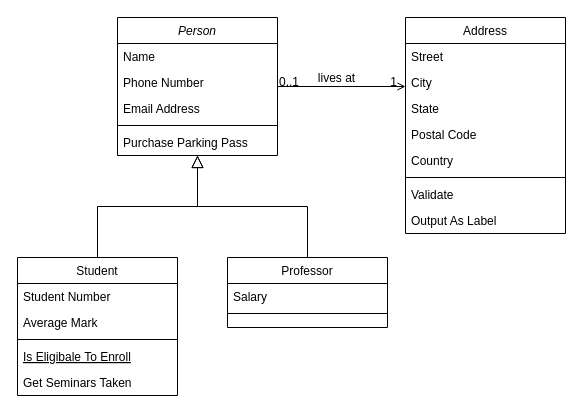
Above: Untitled Diagram.drawio in victorwang0526/diagrams (draw.io), before the change. Source tidied: cells renumbered, new cells numbered last; positions are measured from the earlier drawing's top-left corner, leaving out a move shared by most shapes. Both pictures are drawn from the tidied source at 100%, with x=0, y=0 at pixel (17, 17).
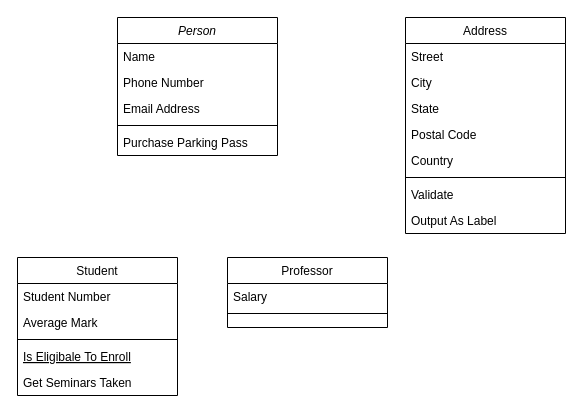
After the change.

The change refers to these unchanged cells:
```xml
<mxCell id="2" value="Person" style="swimlane;fontStyle=2;align=center;verticalAlign=top;horizontal=1;startSize=26;rounded=0;shadow=0;strokeWidth=1;" parent="1" vertex="1">
  <mxGeometry x="100" width="160" height="138" as="geometry" />
</mxCell>
<mxCell id="8" value="Student" style="swimlane;fontStyle=0;align=center;verticalAlign=top;horizontal=1;startSize=26;rounded=0;shadow=0;strokeWidth=1;" parent="1" vertex="1">
  <mxGeometry y="240" width="160" height="138" as="geometry" />
</mxCell>
<mxCell id="15" value="Professor" style="swimlane;fontStyle=0;align=center;verticalAlign=top;horizontal=1;startSize=26;rounded=0;shadow=0;strokeWidth=1;" parent="1" vertex="1">
  <mxGeometry x="210" y="240" width="160" height="70" as="geometry" />
</mxCell>
<mxCell id="19" value="Address" style="swimlane;fontStyle=0;align=center;verticalAlign=top;horizontal=1;startSize=26;rounded=0;shadow=0;strokeWidth=1;" parent="1" vertex="1">
  <mxGeometry x="388" width="160" height="216" as="geometry" />
</mxCell>
```

What changed in the source:
```diff
@@
-    <mxCell id="14" style="endArrow=block;endSize=10;endFill=0;shadow=0;strokeWidth=1;rounded=0;edgeStyle=elbowEdgeStyle;elbow=vertical;" parent="1" edge="1" source="8" target="2">
-      <mxGeometry relative="1" as="geometry" />
-    </mxCell>
@@
-    <mxCell id="18" style="endArrow=block;endSize=10;endFill=0;shadow=0;strokeWidth=1;rounded=0;edgeStyle=elbowEdgeStyle;elbow=vertical;" parent="1" edge="1" source="15" target="2">
-      <mxGeometry relative="1" as="geometry" />
-    </mxCell>
@@
-    <mxCell id="28" style="endArrow=open;shadow=0;strokeWidth=1;rounded=0;endFill=1;edgeStyle=elbowEdgeStyle;elbow=vertical;" parent="1" edge="1" source="2" target="19">
-      <mxGeometry x="0.5" y="41" relative="1" as="geometry">
-        <mxPoint x="-40" y="32" as="offset" />
-      </mxGeometry>
-    </mxCell>
-    <mxCell id="29" value="0..1" style="align=left;verticalAlign=bottom;labelBackgroundColor=none;fontSize=12;" parent="28" vertex="1">
-      <mxGeometry x="-1" relative="1" as="geometry">
-        <mxPoint y="4" as="offset" />
-      </mxGeometry>
-    </mxCell>
-    <mxCell id="30" value="1" style="align=right;verticalAlign=bottom;labelBackgroundColor=none;fontSize=12;" parent="28" vertex="1">
-      <mxGeometry x="1" relative="1" as="geometry">
-        <mxPoint x="-7" y="4" as="offset" />
-      </mxGeometry>
-    </mxCell>
-    <mxCell id="31" value="lives at" style="text;html=1;align=center;verticalAlign=middle;labelBackgroundColor=none;rounded=0;shadow=0;strokeWidth=1;fontSize=12;" parent="28" vertex="1">
-      <mxGeometry x="0.5" y="49" relative="1" as="geometry">
-        <mxPoint x="-38" y="40" as="offset" />
-      </mxGeometry>
-    </mxCell>
```
